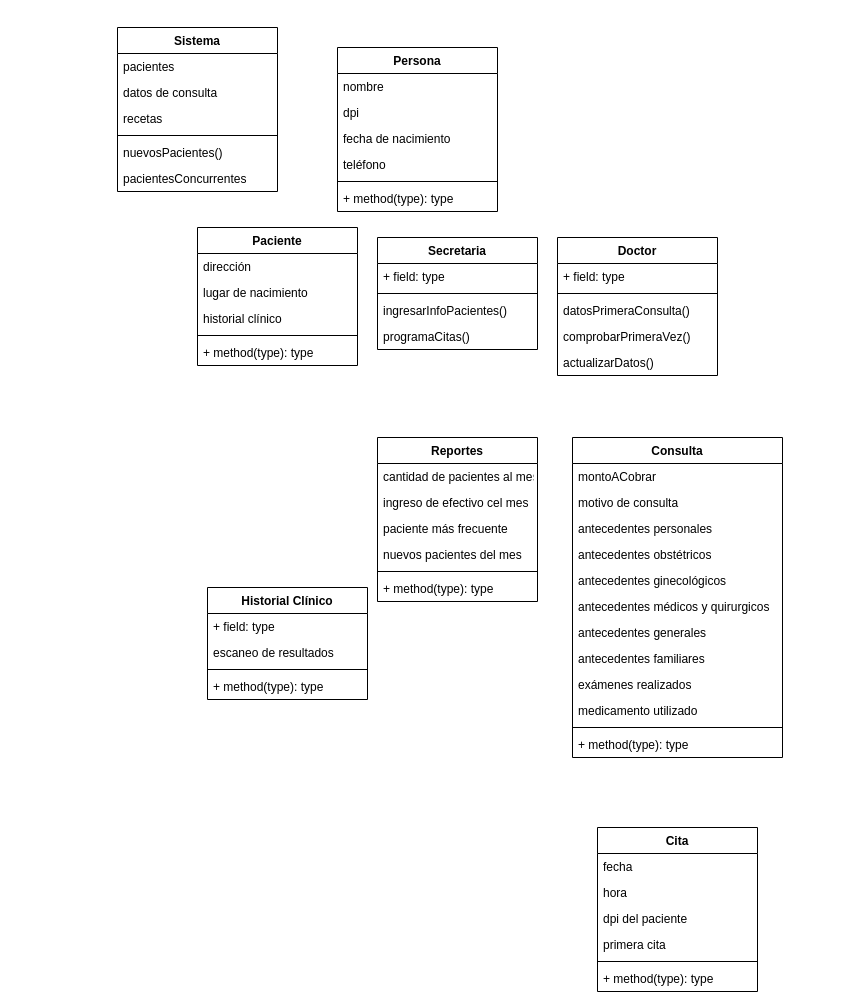
This is actividades.drawio from alejandro-vasquez-es/super-auto-pets, a draw.io file, before an edit. Source tidied: cells renumbered, new cells numbered last; positions are measured from the earlier drawing's top-left corner, leaving out a move shared by most shapes. Both pictures are drawn from the tidied source at 100%, with x=0, y=0 at pixel (117, 27).
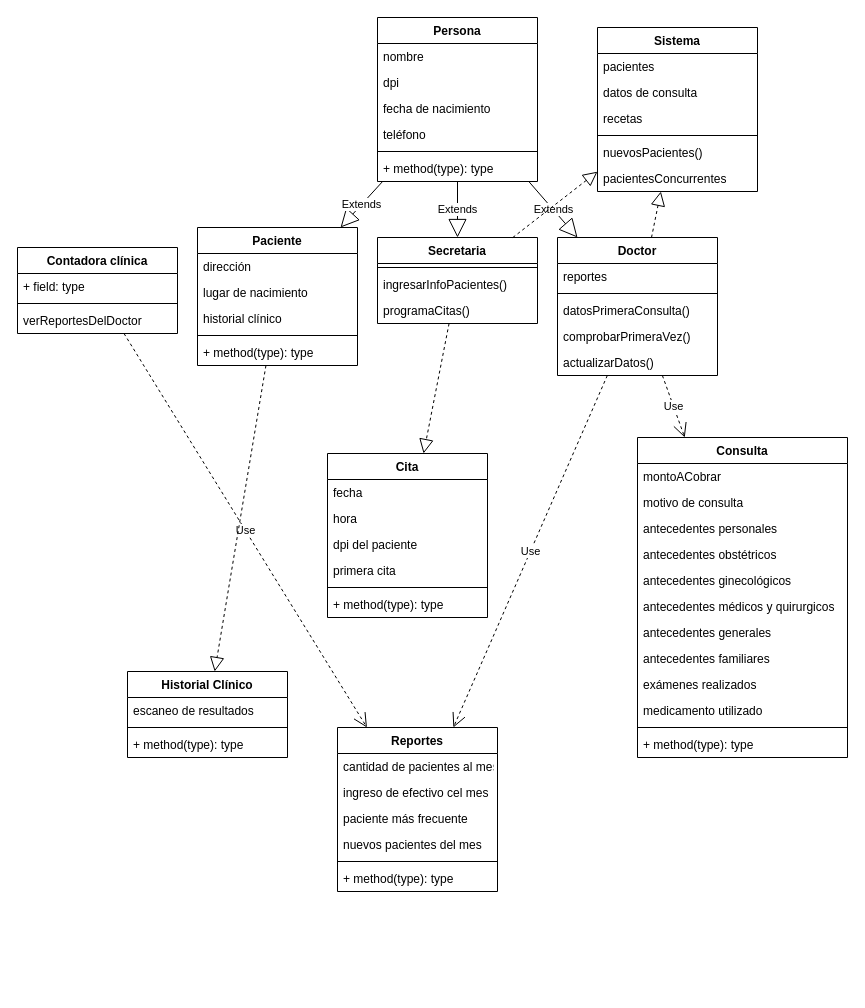
The same diagram, later.

The change refers to these unchanged cells:
```xml
<mxCell id="2" value="Paciente" style="swimlane;fontStyle=1;align=center;verticalAlign=top;horizontal=1;startSize=26;" parent="1" vertex="1">
  <mxGeometry x="80" y="200" width="160" height="138" as="geometry" />
</mxCell>
<mxCell id="52" value="Doctor" style="swimlane;fontStyle=1;align=center;verticalAlign=top;horizontal=1;startSize=26;" parent="1" vertex="1">
  <mxGeometry x="440" y="210" width="160" height="138" as="geometry" />
</mxCell>
```

What changed in the source:
```diff
@@
     <mxCell id="8" value="Cita" style="swimlane;fontStyle=1;align=center;verticalAlign=top;horizontal=1;startSize=26;" parent="1" vertex="1">
-      <mxGeometry x="480" y="800" width="160" height="164" as="geometry" />
+      <mxGeometry x="210" y="426" width="160" height="164" as="geometry" />
     </mxCell>
@@
     <mxCell id="15" value="Sistema" style="swimlane;fontStyle=1;align=center;verticalAlign=top;horizontal=1;startSize=26;" parent="1" vertex="1">
-      <mxGeometry width="160" height="164" as="geometry" />
+      <mxGeometry x="480" width="160" height="164" as="geometry" />
     </mxCell>
@@
     <mxCell id="22" value="Historial Clínico" style="swimlane;fontStyle=1;align=center;verticalAlign=top;horizontal=1;startSize=26;" parent="1" vertex="1">
-      <mxGeometry x="90" y="560" width="160" height="112" as="geometry" />
+      <mxGeometry x="10" y="644" width="160" height="86" as="geometry" />
     </mxCell>
-    <mxCell id="23" value="+ field: type" style="text;strokeColor=none;fillColor=none;align=left;verticalAlign=top;spacingLeft=4;spacingRight=4;overflow=hidden;" parent="22" vertex="1">
-      <mxGeometry y="26" width="160" height="26" as="geometry" />
-    </mxCell>
     <mxCell id="24" value="escaneo de resultados" style="text;strokeColor=none;fillColor=none;align=left;verticalAlign=top;spacingLeft=4;spacingRight=4;overflow=hidden;" parent="22" vertex="1">
-      <mxGeometry y="52" width="160" height="26" as="geometry" />
+      <mxGeometry y="26" width="160" height="26" as="geometry" />
     </mxCell>
     <mxCell id="25" style="line;strokeWidth=1;fillColor=none;align=left;verticalAlign=middle;spacingTop=-1;spacingLeft=3;spacingRight=3;labelPosition=right;" parent="22" vertex="1">
-      <mxGeometry y="78" width="160" height="8" as="geometry" />
+      <mxGeometry y="52" width="160" height="8" as="geometry" />
     </mxCell>
     <mxCell id="26" value="+ method(type): type" style="text;strokeColor=none;fillColor=none;align=left;verticalAlign=top;spacingLeft=4;spacingRight=4;overflow=hidden;" parent="22" vertex="1">
-      <mxGeometry y="86" width="160" height="26" as="geometry" />
+      <mxGeometry y="60" width="160" height="26" as="geometry" />
     </mxCell>
     <mxCell id="27" value="Consulta" style="swimlane;fontStyle=1;align=center;verticalAlign=top;horizontal=1;startSize=26;" parent="1" vertex="1">
-      <mxGeometry x="455" y="410" width="210" height="320" as="geometry" />
+      <mxGeometry x="520" y="410" width="210" height="320" as="geometry" />
     </mxCell>
@@
     <mxCell id="40" value="Persona" style="swimlane;fontStyle=1;align=center;verticalAlign=top;horizontal=1;startSize=26;" parent="1" vertex="1">
-      <mxGeometry x="220" y="20" width="160" height="164" as="geometry" />
+      <mxGeometry x="260" y="-10" width="160" height="164" as="geometry" />
     </mxCell>
@@
     <mxCell id="47" value="Secretaria" style="swimlane;fontStyle=1;align=center;verticalAlign=top;horizontal=1;startSize=26;" parent="1" vertex="1">
-      <mxGeometry x="260" y="210" width="160" height="112" as="geometry" />
+      <mxGeometry x="260" y="210" width="160" height="86" as="geometry" />
     </mxCell>
-    <mxCell id="48" value="+ field: type" style="text;strokeColor=none;fillColor=none;align=left;verticalAlign=top;spacingLeft=4;spacingRight=4;overflow=hidden;" parent="47" vertex="1">
-      <mxGeometry y="26" width="160" height="26" as="geometry" />
-    </mxCell>
     <mxCell id="49" style="line;strokeWidth=1;fillColor=none;align=left;verticalAlign=middle;spacingTop=-1;spacingLeft=3;spacingRight=3;labelPosition=right;" parent="47" vertex="1">
-      <mxGeometry y="52" width="160" height="8" as="geometry" />
+      <mxGeometry y="26" width="160" height="8" as="geometry" />
     </mxCell>
     <mxCell id="50" value="ingresarInfoPacientes()" style="text;strokeColor=none;fillColor=none;align=left;verticalAlign=top;spacingLeft=4;spacingRight=4;overflow=hidden;" parent="47" vertex="1">
-      <mxGeometry y="60" width="160" height="26" as="geometry" />
+      <mxGeometry y="34" width="160" height="26" as="geometry" />
     </mxCell>
     <mxCell id="51" value="programaCitas()" style="text;strokeColor=none;fillColor=none;align=left;verticalAlign=top;spacingLeft=4;spacingRight=4;overflow=hidden;" parent="47" vertex="1">
-      <mxGeometry y="86" width="160" height="26" as="geometry" />
+      <mxGeometry y="60" width="160" height="26" as="geometry" />
     </mxCell>
@@
-    <mxCell id="53" value="+ field: type" style="text;strokeColor=none;fillColor=none;align=left;verticalAlign=top;spacingLeft=4;spacingRight=4;overflow=hidden;" parent="52" vertex="1">
+    <mxCell id="53" value="reportes" style="text;strokeColor=none;fillColor=none;align=left;verticalAlign=top;spacingLeft=4;spacingRight=4;overflow=hidden;" parent="52" vertex="1">
       <mxGeometry y="26" width="160" height="26" as="geometry" />
     </mxCell>
@@
     <mxCell id="58" value="Reportes" style="swimlane;fontStyle=1;align=center;verticalAlign=top;horizontal=1;startSize=26;" parent="1" vertex="1">
-      <mxGeometry x="260" y="410" width="160" height="164" as="geometry" />
+      <mxGeometry x="220" y="700" width="160" height="164" as="geometry" />
     </mxCell>
@@
+    <mxCell id="65" value="Extends" style="endArrow=block;endSize=16;endFill=0;html=1;rounded=0;" parent="1" edge="1" source="40" target="2">
+      <mxGeometry relative="1" as="geometry" />
+    </mxCell>
+    <mxCell id="66" value="Extends" style="endArrow=block;endSize=16;endFill=0;html=1;rounded=0;" parent="1" edge="1" source="40" target="47">
+      <mxGeometry relative="1" as="geometry" />
+    </mxCell>
+    <mxCell id="67" value="Extends" style="endArrow=block;endSize=16;endFill=0;html=1;rounded=0;" parent="1" edge="1" source="40" target="52">
+      <mxGeometry relative="1" as="geometry" />
+    </mxCell>
+    <mxCell id="68" value="Use" style="endArrow=open;endSize=12;dashed=1;html=1;rounded=0;" parent="1" edge="1" source="52" target="27">
+      <mxGeometry relative="1" as="geometry" />
+    </mxCell>
+    <mxCell id="69" value="Use" style="endArrow=open;endSize=12;dashed=1;html=1;rounded=0;" parent="1" edge="1" source="52" target="58">
+      <mxGeometry relative="1" as="geometry" />
+    </mxCell>
+    <mxCell id="70" value="Contadora clínica" style="swimlane;fontStyle=1;align=center;verticalAlign=top;horizontal=1;startSize=26;" parent="1" vertex="1">
+      <mxGeometry x="-100" y="220" width="160" height="86" as="geometry" />
+    </mxCell>
+    <mxCell id="71" value="+ field: type" style="text;strokeColor=none;fillColor=none;align=left;verticalAlign=top;spacingLeft=4;spacingRight=4;overflow=hidden;" parent="70" vertex="1">
+      <mxGeometry y="26" width="160" height="26" as="geometry" />
+    </mxCell>
+    <mxCell id="72" style="line;strokeWidth=1;fillColor=none;align=left;verticalAlign=middle;spacingTop=-1;spacingLeft=3;spacingRight=3;labelPosition=right;" parent="70" vertex="1">
+      <mxGeometry y="52" width="160" height="8" as="geometry" />
+    </mxCell>
+    <mxCell id="73" value="verReportesDelDoctor" style="text;strokeColor=none;fillColor=none;align=left;verticalAlign=top;spacingLeft=4;spacingRight=4;overflow=hidden;" parent="70" vertex="1">
+      <mxGeometry y="60" width="160" height="26" as="geometry" />
+    </mxCell>
+    <mxCell id="74" value="Use" style="endArrow=open;endSize=12;dashed=1;html=1;rounded=0;" parent="1" edge="1" source="70" target="58">
+      <mxGeometry relative="1" as="geometry" />
+    </mxCell>
+    <mxCell id="75" style="endArrow=block;dashed=1;endFill=0;endSize=12;html=1;rounded=0;" parent="1" edge="1" source="47" target="15">
+      <mxGeometry relative="1" as="geometry" />
+    </mxCell>
+    <mxCell id="76" style="endArrow=block;dashed=1;endFill=0;endSize=12;html=1;rounded=0;" parent="1" edge="1" source="52" target="15">
+      <mxGeometry relative="1" as="geometry" />
+    </mxCell>
+    <mxCell id="77" style="endArrow=block;dashed=1;endFill=0;endSize=12;html=1;rounded=0;" parent="1" edge="1" source="47" target="8">
+      <mxGeometry relative="1" as="geometry" />
+    </mxCell>
+    <mxCell id="78" style="endArrow=block;dashed=1;endFill=0;endSize=12;html=1;rounded=0;" parent="1" edge="1" source="2" target="22">
+      <mxGeometry relative="1" as="geometry" />
+    </mxCell>
```
